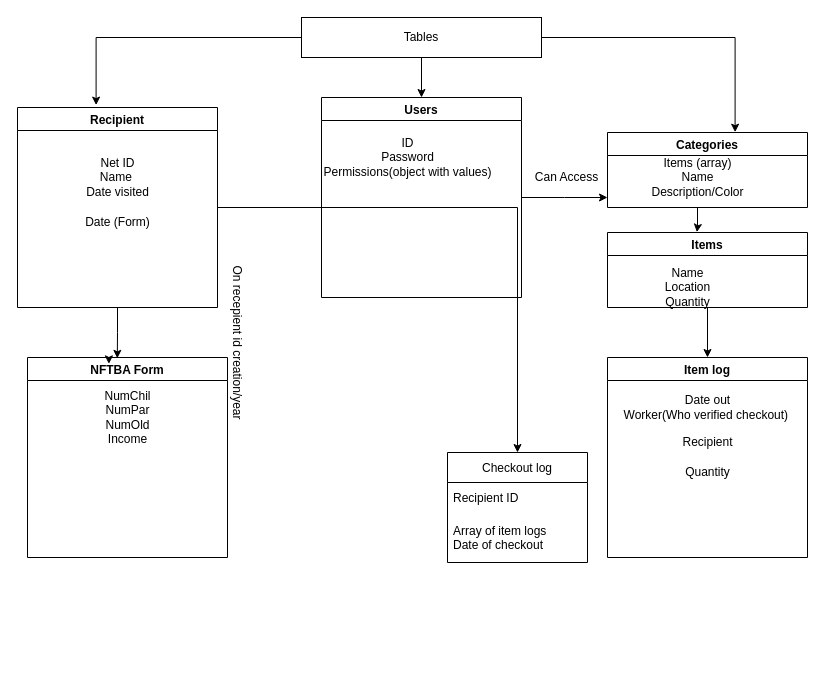
UTDallasEPICS/Comet-Cupboard keeps this draw.io diagram as Back-End Data.drawio. Above is the earlier version. Source tidied: cells renumbered, new cells numbered last; positions are measured from the earlier drawing's top-left corner, leaving out a move shared by most shapes. Both pictures are drawn from the tidied source at 100%, with x=0, y=0 at pixel (17, 17).
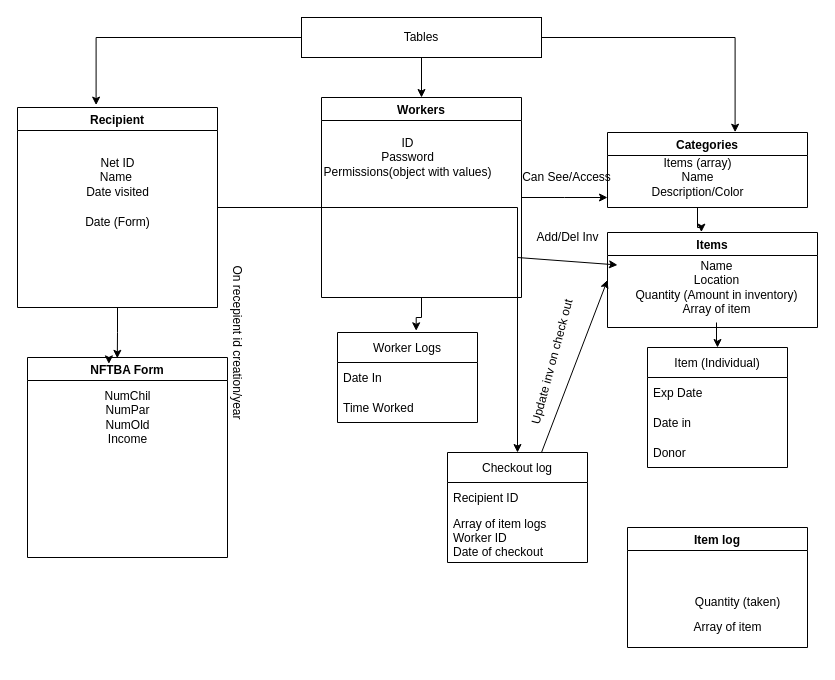
The same page after the edit.

Unchanged cells that the change refers to:
```xml
<mxCell id="29" value="Checkout log" style="swimlane;fontStyle=0;horizontal=1;startSize=30;" parent="1" vertex="1">
  <mxGeometry x="430" y="435" width="140" height="110" as="geometry" />
</mxCell>
```

Diff of the diagram source:
```diff
@@
+    <mxCell id="32" style="edgeStyle=orthogonalEdgeStyle;rounded=0;jettySize=auto;html=1;entryX=0.562;entryY=-0.019;entryDx=0;entryDy=0;entryPerimeter=0;" parent="1" edge="1" source="17" target="39">
+      <mxGeometry relative="1" as="geometry" />
+    </mxCell>
-    <mxCell id="17" value="Users" style="swimlane;" parent="1" vertex="1">
+    <mxCell id="17" value="Workers" style="swimlane;" parent="1" vertex="1">
       <mxGeometry x="304" y="80" width="200" height="200" as="geometry" />
     </mxCell>
@@
-    <mxCell id="21" style="edgeStyle=orthogonalEdgeStyle;rounded=0;jettySize=auto;html=1;entryX=0.5;entryY=0;entryDx=0;entryDy=0;" parent="1" edge="1" source="22" target="24">
-      <mxGeometry relative="1" as="geometry" />
-    </mxCell>
     <mxCell id="22" value="Items" style="swimlane;" parent="1" vertex="1">
-      <mxGeometry x="590" y="215" width="200" height="75" as="geometry" />
+      <mxGeometry x="590" y="215" width="210" height="95" as="geometry" />
     </mxCell>
-    <mxCell id="23" value="Name&lt;br&gt;Location&lt;br&gt;Quantity&lt;br&gt;" style="text;html=1;align=center;verticalAlign=middle;points=[];strokeColor=none;fillColor=none;" parent="1" vertex="1">
-      <mxGeometry x="635" y="240" width="70" height="60" as="geometry" />
+    <mxCell id="23" value="Name&lt;br&gt;Location&lt;br&gt;Quantity (Amount in inventory)&lt;br&gt;Array of item" style="text;html=1;align=center;verticalAlign=middle;points=[];strokeColor=none;fillColor=none;" parent="22" vertex="1">
+      <mxGeometry x="14" y="20" width="190" height="70" as="geometry" />
     </mxCell>
     <mxCell id="24" value="Item log" style="swimlane;" parent="1" vertex="1">
-      <mxGeometry x="590" y="340" width="200" height="200" as="geometry" />
+      <mxGeometry x="610" y="510" width="180" height="120" as="geometry" />
     </mxCell>
-    <mxCell id="25" value="Quantity" style="text;html=1;align=center;verticalAlign=middle;strokeColor=none;fillColor=none;" parent="24" vertex="1">
-      <mxGeometry x="65" y="100" width="70" height="30" as="geometry" />
+    <mxCell id="25" value="Quantity (taken)" style="text;html=1;align=center;verticalAlign=middle;strokeColor=none;fillColor=none;" parent="24" vertex="1">
+      <mxGeometry x="55" y="60" width="110" height="30" as="geometry" />
     </mxCell>
-    <mxCell id="26" value="Recipient" style="text;html=1;align=center;verticalAlign=middle;strokeColor=none;fillColor=none;" parent="24" vertex="1">
-      <mxGeometry x="65" y="70" width="70" height="30" as="geometry" />
-    </mxCell>
-    <mxCell id="27" value="Date out&lt;br&gt;Worker(Who verified checkout)&amp;nbsp;" style="text;html=1;align=center;verticalAlign=middle;strokeColor=none;fillColor=none;" parent="24" vertex="1">
-      <mxGeometry x="5" y="30" width="190" height="40" as="geometry" />
-    </mxCell>
+    <mxCell id="33" value="&lt;br&gt;" style="text;html=1;align=center;verticalAlign=middle;strokeColor=none;fillColor=none;" parent="24" vertex="1">
+      <mxGeometry x="100" y="105" width="20" height="30" as="geometry" />
+    </mxCell>
+    <mxCell id="34" value="Array of item" style="text;html=1;align=center;verticalAlign=middle;strokeColor=none;fillColor=none;" parent="24" vertex="1">
+      <mxGeometry x="55" y="85" width="90" height="30" as="geometry" />
+    </mxCell>
-    <mxCell id="28" value="Can Access" style="text;html=1;align=center;verticalAlign=middle;strokeColor=none;fillColor=none;" parent="1" vertex="1">
-      <mxGeometry x="504" y="145" width="90" height="30" as="geometry" />
+    <mxCell id="28" value="Can See/Access" style="text;html=1;align=center;verticalAlign=middle;strokeColor=none;fillColor=none;" parent="1" vertex="1">
+      <mxGeometry x="494" y="145" width="110" height="30" as="geometry" />
     </mxCell>
@@
-    <mxCell id="31" value="Array of item logs&#10;Date of checkout" style="text;strokeColor=none;fillColor=none;align=left;verticalAlign=middle;spacingLeft=4;spacingRight=4;overflow=hidden;" parent="29" vertex="1">
+    <mxCell id="31" value="Array of item logs&#10;Worker ID &#10;Date of checkout" style="text;strokeColor=none;fillColor=none;align=left;verticalAlign=middle;spacingLeft=4;spacingRight=4;overflow=hidden;" parent="29" vertex="1">
       <mxGeometry y="60" width="140" height="50" as="geometry" />
     </mxCell>
+    <mxCell id="35" style="endArrow=classic;html=1;rounded=0;entryX=0;entryY=0.5;entryDx=0;entryDy=0;" parent="1" edge="1" target="22">
+      <mxGeometry relative="1" as="geometry">
+        <mxPoint x="524" y="435" as="sourcePoint" />
+      </mxGeometry>
+    </mxCell>
+    <mxCell id="36" style="endArrow=classic;html=1;rounded=0;entryX=-0.021;entryY=0.178;entryDx=0;entryDy=0;entryPerimeter=0;" parent="1" edge="1" target="23">
+      <mxGeometry relative="1" as="geometry">
+        <mxPoint x="500" y="240" as="sourcePoint" />
+      </mxGeometry>
+    </mxCell>
+    <mxCell id="37" value="Add/Del Inv" style="text;html=1;align=center;verticalAlign=middle;strokeColor=none;fillColor=none;" parent="1" vertex="1">
+      <mxGeometry x="505" y="205" width="90" height="30" as="geometry" />
+    </mxCell>
+    <mxCell id="38" value="Update inv on check out" style="text;html=1;align=center;verticalAlign=middle;strokeColor=none;fillColor=none;rotation=-75;" parent="1" vertex="1">
+      <mxGeometry x="460" y="330" width="150" height="30" as="geometry" />
+    </mxCell>
+    <mxCell id="39" value="Worker Logs" style="swimlane;fontStyle=0;horizontal=1;startSize=30;" parent="1" vertex="1">
+      <mxGeometry x="320" y="315" width="140" height="90" as="geometry" />
+    </mxCell>
+    <mxCell id="40" value="Date In" style="text;strokeColor=none;fillColor=none;align=left;verticalAlign=middle;spacingLeft=4;spacingRight=4;overflow=hidden;" parent="39" vertex="1">
+      <mxGeometry y="30" width="140" height="30" as="geometry" />
+    </mxCell>
+    <mxCell id="41" value="Time Worked" style="text;strokeColor=none;fillColor=none;align=left;verticalAlign=middle;spacingLeft=4;spacingRight=4;overflow=hidden;" parent="39" vertex="1">
+      <mxGeometry y="60" width="140" height="30" as="geometry" />
+    </mxCell>
+    <mxCell id="42" value="Item (Individual)" style="swimlane;fontStyle=0;horizontal=1;startSize=30;" parent="1" vertex="1">
+      <mxGeometry x="630" y="330" width="140" height="120" as="geometry" />
+    </mxCell>
+    <mxCell id="43" value="Exp Date" style="text;strokeColor=none;fillColor=none;align=left;verticalAlign=middle;spacingLeft=4;spacingRight=4;overflow=hidden;" parent="42" vertex="1">
+      <mxGeometry y="30" width="140" height="30" as="geometry" />
+    </mxCell>
+    <mxCell id="44" value="Date in" style="text;strokeColor=none;fillColor=none;align=left;verticalAlign=middle;spacingLeft=4;spacingRight=4;overflow=hidden;" parent="42" vertex="1">
+      <mxGeometry y="60" width="140" height="30" as="geometry" />
+    </mxCell>
+    <mxCell id="45" value="Donor" style="text;strokeColor=none;fillColor=none;align=left;verticalAlign=middle;spacingLeft=4;spacingRight=4;overflow=hidden;" parent="42" vertex="1">
+      <mxGeometry y="90" width="140" height="30" as="geometry" />
+    </mxCell>
+    <mxCell id="46" style="edgeStyle=orthogonalEdgeStyle;rounded=0;jettySize=auto;html=1;" parent="1" edge="1" source="23" target="42">
+      <mxGeometry relative="1" as="geometry" />
+    </mxCell>
```
